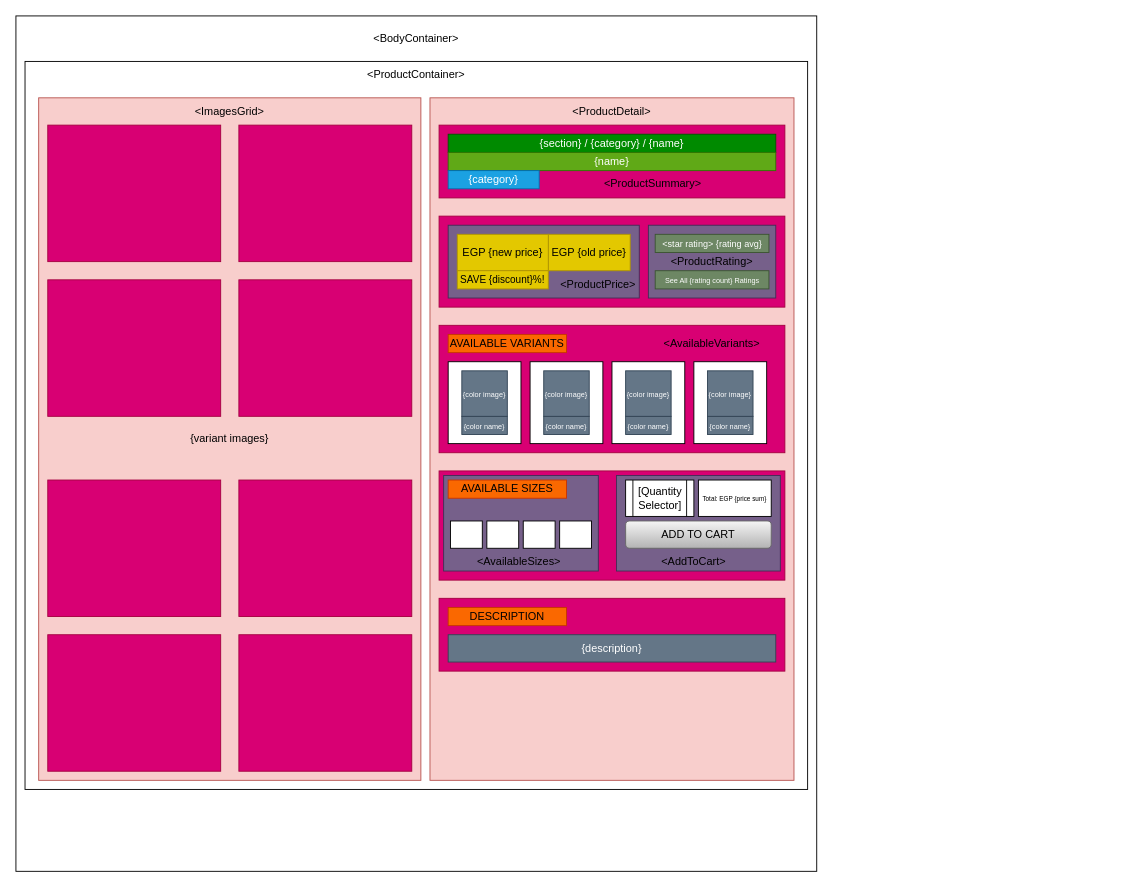
Earlier version of the draw.io diagram product page design.drawio (mostafaahesham/nextjs-ecommerce-store). Source tidied: cells renumbered, new cells numbered last; positions are measured from the earlier drawing's top-left corner, leaving out a move shared by most shapes. Both pictures are drawn from the tidied source at 91%, with x=0, y=0 at pixel (15, 15).
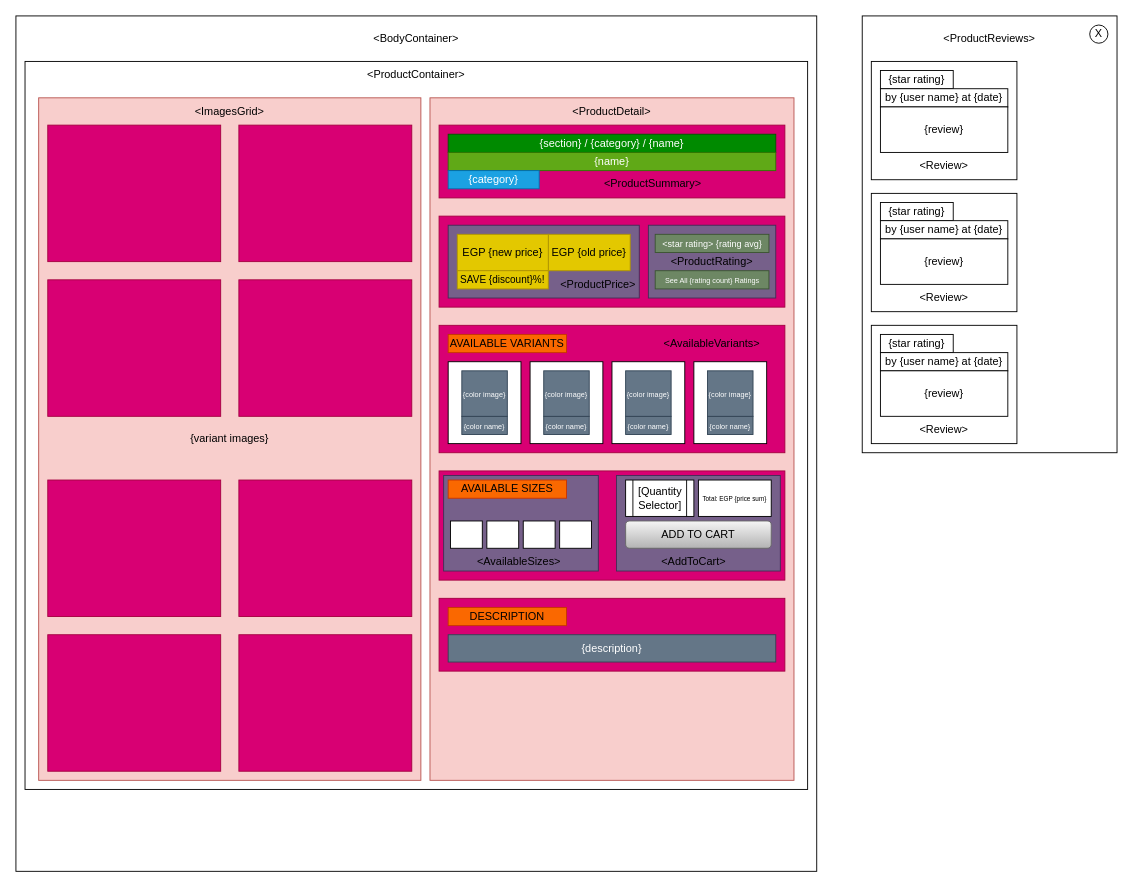
The same diagram, later.

What changed in the source:
```diff
@@
+    <mxCell id="64" style="rounded=0;whiteSpace=wrap;html=1;" parent="1" vertex="1">
+      <mxGeometry x="930" width="280" height="480" as="geometry" />
+    </mxCell>
+    <mxCell id="65" style="rounded=0;whiteSpace=wrap;html=1;" parent="1" vertex="1">
+      <mxGeometry x="970" y="110" width="120" height="60" as="geometry" />
+    </mxCell>
@@
+    <mxCell id="66" style="rounded=0;whiteSpace=wrap;html=1;" parent="1" vertex="1">
+      <mxGeometry x="940" y="50" width="160" height="130" as="geometry" />
+    </mxCell>
+    <mxCell id="67" value="{star rating}" style="rounded=0;whiteSpace=wrap;html=1;" parent="1" vertex="1">
+      <mxGeometry x="950" y="60" width="80" height="20" as="geometry" />
+    </mxCell>
+    <mxCell id="68" value="by {user name} at {date}" style="rounded=0;whiteSpace=wrap;html=1;" parent="1" vertex="1">
+      <mxGeometry x="950" y="80" width="140" height="20" as="geometry" />
+    </mxCell>
+    <mxCell id="69" value="{review}" style="rounded=0;whiteSpace=wrap;html=1;" parent="1" vertex="1">
+      <mxGeometry x="950" y="100" width="140" height="50" as="geometry" />
+    </mxCell>
+    <mxCell id="70" style="rounded=0;whiteSpace=wrap;html=1;" parent="1" vertex="1">
+      <mxGeometry x="940" y="195" width="160" height="130" as="geometry" />
+    </mxCell>
+    <mxCell id="71" value="{star rating}" style="rounded=0;whiteSpace=wrap;html=1;" parent="1" vertex="1">
+      <mxGeometry x="950" y="205" width="80" height="20" as="geometry" />
+    </mxCell>
+    <mxCell id="72" value="by {user name} at {date}" style="rounded=0;whiteSpace=wrap;html=1;" parent="1" vertex="1">
+      <mxGeometry x="950" y="225" width="140" height="20" as="geometry" />
+    </mxCell>
+    <mxCell id="73" value="{review}" style="rounded=0;whiteSpace=wrap;html=1;" parent="1" vertex="1">
+      <mxGeometry x="950" y="245" width="140" height="50" as="geometry" />
+    </mxCell>
+    <mxCell id="74" style="rounded=0;whiteSpace=wrap;html=1;" parent="1" vertex="1">
+      <mxGeometry x="940" y="340" width="160" height="130" as="geometry" />
+    </mxCell>
+    <mxCell id="75" value="{star rating}" style="rounded=0;whiteSpace=wrap;html=1;" parent="1" vertex="1">
+      <mxGeometry x="950" y="350" width="80" height="20" as="geometry" />
+    </mxCell>
+    <mxCell id="76" value="by {user name} at {date}" style="rounded=0;whiteSpace=wrap;html=1;" parent="1" vertex="1">
+      <mxGeometry x="950" y="370" width="140" height="20" as="geometry" />
+    </mxCell>
+    <mxCell id="77" value="{review}" style="rounded=0;whiteSpace=wrap;html=1;" parent="1" vertex="1">
+      <mxGeometry x="950" y="390" width="140" height="50" as="geometry" />
+    </mxCell>
+    <mxCell id="78" value="X" style="ellipse;whiteSpace=wrap;html=1;" parent="1" vertex="1">
+      <mxGeometry x="1180" y="10" width="20" height="20" as="geometry" />
+    </mxCell>
+    <mxCell id="79" value="&amp;lt;Review&amp;gt;" style="text;html=1;strokeColor=none;fillColor=none;align=center;verticalAlign=middle;whiteSpace=wrap;rounded=0;" parent="1" vertex="1">
+      <mxGeometry x="990" y="150" width="60" height="30" as="geometry" />
+    </mxCell>
+    <mxCell id="80" value="&amp;lt;Review&amp;gt;" style="text;html=1;strokeColor=none;fillColor=none;align=center;verticalAlign=middle;whiteSpace=wrap;rounded=0;" parent="1" vertex="1">
+      <mxGeometry x="990" y="295" width="60" height="30" as="geometry" />
+    </mxCell>
+    <mxCell id="81" value="&amp;lt;Review&amp;gt;" style="text;html=1;strokeColor=none;fillColor=none;align=center;verticalAlign=middle;whiteSpace=wrap;rounded=0;" parent="1" vertex="1">
+      <mxGeometry x="990" y="440" width="60" height="30" as="geometry" />
+    </mxCell>
+    <mxCell id="82" value="&amp;lt;ProductReviews&amp;gt;" style="text;html=1;strokeColor=none;fillColor=none;align=center;verticalAlign=middle;whiteSpace=wrap;rounded=0;" parent="1" vertex="1">
+      <mxGeometry x="1040" y="10" width="60" height="30" as="geometry" />
+    </mxCell>
```
